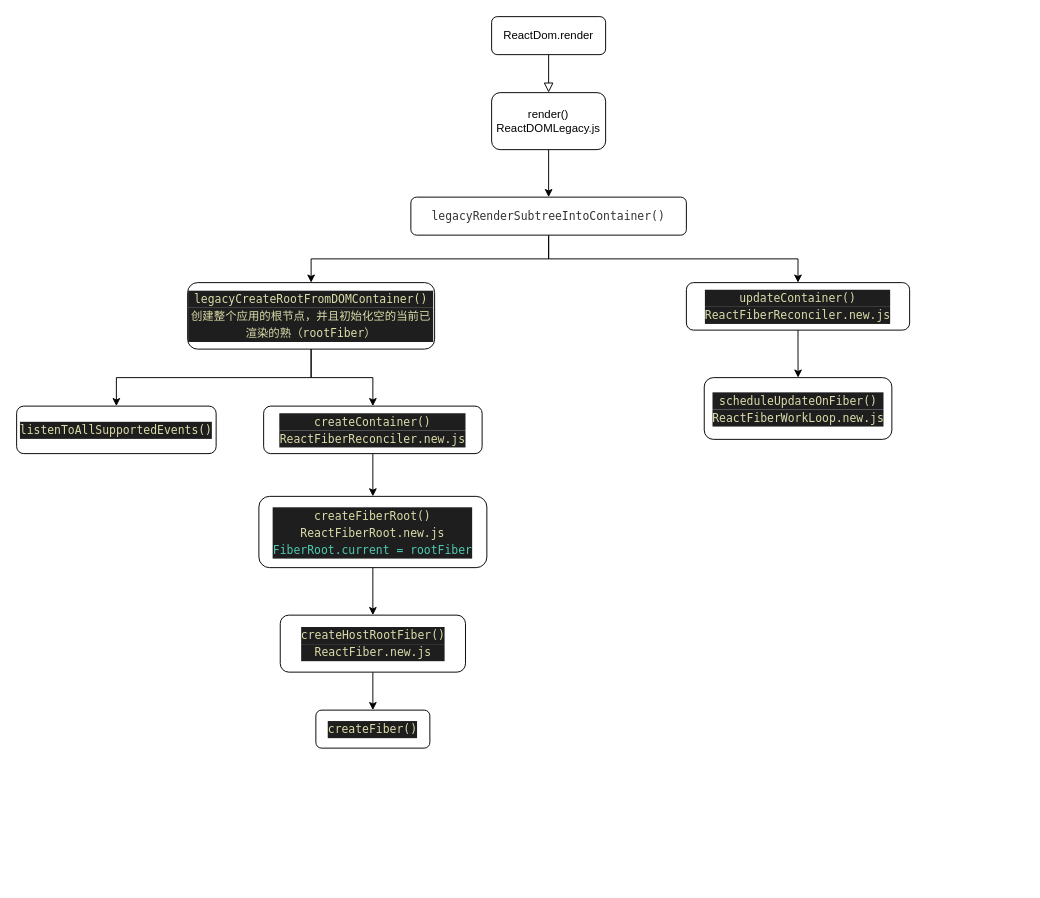
This is Untitled Diagram.drawio from damoOnly/school, a draw.io file, before an edit. Source tidied: cells renumbered, new cells numbered last; positions are measured from the earlier drawing's top-left corner, leaving out a move shared by most shapes. Both pictures are drawn from the tidied source at 95%, with x=0, y=0 at pixel (16, 16).
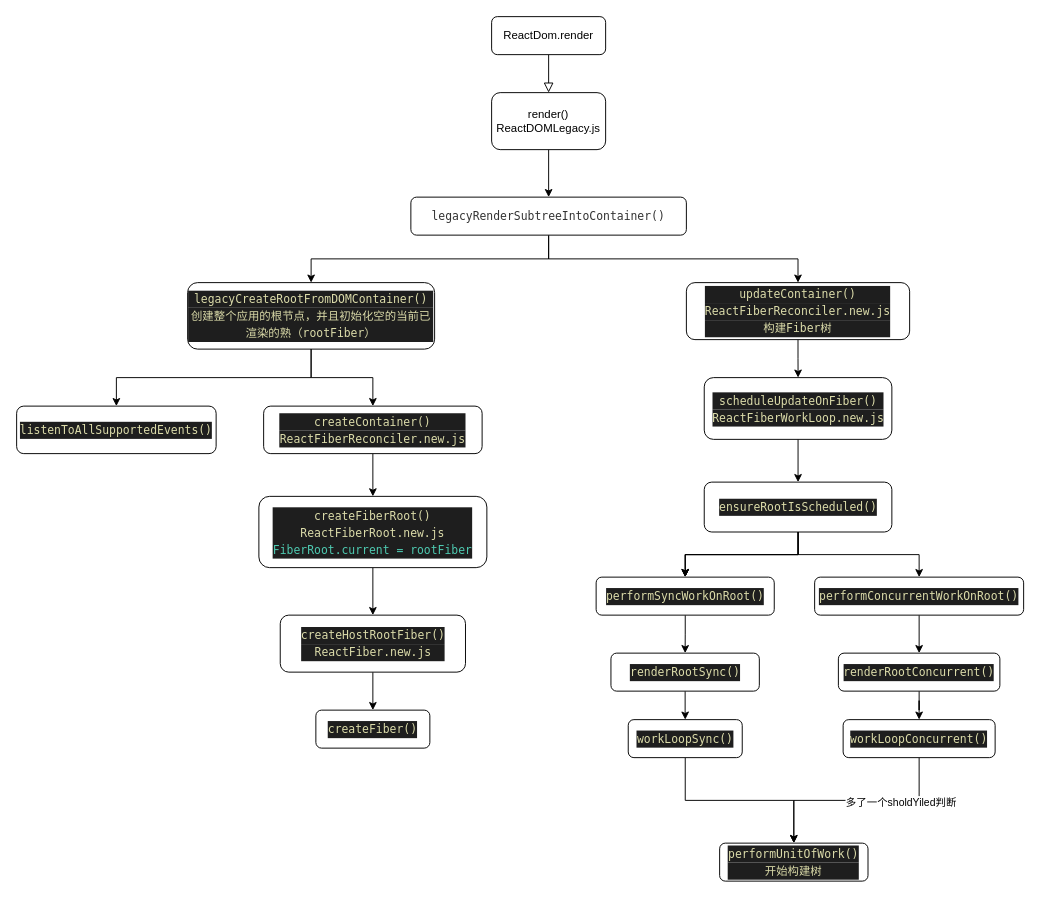
Above is the later version.

Unchanged cells that the change refers to:
```xml
<mxCell id="22" value="&lt;div style=&quot;color: rgb(212 , 212 , 212) ; background-color: rgb(30 , 30 , 30) ; font-family: &amp;#34;menlo&amp;#34; , &amp;#34;monaco&amp;#34; , &amp;#34;courier new&amp;#34; , monospace ; line-height: 18px&quot;&gt;&lt;span style=&quot;color: #dcdcaa&quot;&gt;scheduleUpdateOnFiber()&lt;/span&gt;&lt;/div&gt;&lt;div style=&quot;background-color: rgb(30 , 30 , 30) ; line-height: 18px&quot;&gt;&lt;font color=&quot;#dcdcaa&quot; face=&quot;Menlo, Monaco, Courier New, monospace&quot;&gt;ReactFiberWorkLoop.new.js&lt;/font&gt;&lt;br&gt;&lt;/div&gt;" style="whiteSpace=wrap;html=1;rounded=1;" parent="1" vertex="1">
  <mxGeometry x="723.8" y="380" width="197.5" height="65" as="geometry" />
</mxCell>
```

Change to the diagram source:
```diff
@@
-    <mxCell id="21" value="&lt;div style=&quot;color: rgb(212 , 212 , 212) ; background-color: rgb(30 , 30 , 30) ; font-family: &amp;#34;menlo&amp;#34; , &amp;#34;monaco&amp;#34; , &amp;#34;courier new&amp;#34; , monospace ; line-height: 18px&quot;&gt;&lt;span style=&quot;color: #dcdcaa&quot;&gt;updateContainer()&lt;/span&gt;&lt;/div&gt;&lt;div style=&quot;background-color: rgb(30 , 30 , 30) ; line-height: 18px&quot;&gt;&lt;font color=&quot;#dcdcaa&quot; face=&quot;Menlo, Monaco, Courier New, monospace&quot;&gt;ReactFiberReconciler.new.js&lt;/font&gt;&lt;br&gt;&lt;/div&gt;" style="whiteSpace=wrap;html=1;rounded=1;" parent="1" vertex="1">
-      <mxGeometry x="705" y="280" width="235" height="50" as="geometry" />
+    <mxCell id="21" value="&lt;div style=&quot;color: rgb(212 , 212 , 212) ; background-color: rgb(30 , 30 , 30) ; font-family: &amp;#34;menlo&amp;#34; , &amp;#34;monaco&amp;#34; , &amp;#34;courier new&amp;#34; , monospace ; line-height: 18px&quot;&gt;&lt;span style=&quot;color: #dcdcaa&quot;&gt;updateContainer()&lt;/span&gt;&lt;/div&gt;&lt;div style=&quot;background-color: rgb(30 , 30 , 30) ; line-height: 18px&quot;&gt;&lt;font color=&quot;#dcdcaa&quot; face=&quot;Menlo, Monaco, Courier New, monospace&quot;&gt;ReactFiberReconciler.new.js&lt;/font&gt;&lt;br&gt;&lt;/div&gt;&lt;div style=&quot;background-color: rgb(30 , 30 , 30) ; line-height: 18px&quot;&gt;&lt;font color=&quot;#dcdcaa&quot; face=&quot;Menlo, Monaco, Courier New, monospace&quot;&gt;构建Fiber树&lt;/font&gt;&lt;/div&gt;" style="whiteSpace=wrap;html=1;rounded=1;" parent="1" vertex="1">
+      <mxGeometry x="705" y="280" width="235" height="60" as="geometry" />
     </mxCell>
+    <mxCell id="23" style="edgeStyle=orthogonalEdgeStyle;rounded=0;jettySize=auto;html=1;" parent="1" edge="1" source="22" target="28">
+      <mxGeometry relative="1" as="geometry" />
+    </mxCell>
@@
+    <mxCell id="24" style="edgeStyle=orthogonalEdgeStyle;rounded=0;jettySize=auto;html=1;" parent="1" edge="1" source="28" target="30">
+      <mxGeometry relative="1" as="geometry" />
+    </mxCell>
+    <mxCell id="25" style="edgeStyle=orthogonalEdgeStyle;rounded=0;jettySize=auto;html=1;" parent="1" edge="1" source="28" target="30">
+      <mxGeometry relative="1" as="geometry" />
+    </mxCell>
+    <mxCell id="26" style="edgeStyle=orthogonalEdgeStyle;rounded=0;jettySize=auto;html=1;" parent="1" edge="1" source="28" target="30">
+      <mxGeometry relative="1" as="geometry" />
+    </mxCell>
+    <mxCell id="27" style="edgeStyle=orthogonalEdgeStyle;rounded=0;jettySize=auto;html=1;entryX=0.5;entryY=0;entryDx=0;entryDy=0;" parent="1" edge="1" source="28" target="32">
+      <mxGeometry relative="1" as="geometry" />
+    </mxCell>
+    <mxCell id="28" value="&lt;div style=&quot;color: rgb(212 , 212 , 212) ; background-color: rgb(30 , 30 , 30) ; font-family: &amp;#34;menlo&amp;#34; , &amp;#34;monaco&amp;#34; , &amp;#34;courier new&amp;#34; , monospace ; line-height: 18px&quot;&gt;&lt;span style=&quot;color: #dcdcaa&quot;&gt;ensureRootIsScheduled()&lt;/span&gt;&lt;/div&gt;" style="whiteSpace=wrap;html=1;rounded=1;" parent="1" vertex="1">
+      <mxGeometry x="723.8" y="490" width="197.5" height="52.5" as="geometry" />
+    </mxCell>
+    <mxCell id="29" style="edgeStyle=orthogonalEdgeStyle;rounded=0;jettySize=auto;html=1;" parent="1" edge="1" source="30" target="34">
+      <mxGeometry relative="1" as="geometry" />
+    </mxCell>
+    <mxCell id="30" value="&lt;div style=&quot;color: rgb(212 , 212 , 212) ; background-color: rgb(30 , 30 , 30) ; font-family: &amp;#34;menlo&amp;#34; , &amp;#34;monaco&amp;#34; , &amp;#34;courier new&amp;#34; , monospace ; line-height: 18px&quot;&gt;&lt;span style=&quot;color: #dcdcaa&quot;&gt;performSyncWorkOnRoot()&lt;/span&gt;&lt;/div&gt;" style="whiteSpace=wrap;html=1;rounded=1;" parent="1" vertex="1">
+      <mxGeometry x="610" y="590" width="187.5" height="40" as="geometry" />
+    </mxCell>
+    <mxCell id="31" style="edgeStyle=orthogonalEdgeStyle;rounded=0;jettySize=auto;html=1;" parent="1" edge="1" source="32" target="39">
+      <mxGeometry relative="1" as="geometry" />
+    </mxCell>
+    <mxCell id="32" value="&lt;div style=&quot;color: rgb(212 , 212 , 212) ; background-color: rgb(30 , 30 , 30) ; font-family: &amp;#34;menlo&amp;#34; , &amp;#34;monaco&amp;#34; , &amp;#34;courier new&amp;#34; , monospace ; line-height: 18px&quot;&gt;&lt;div style=&quot;font-family: &amp;#34;menlo&amp;#34; , &amp;#34;monaco&amp;#34; , &amp;#34;courier new&amp;#34; , monospace ; line-height: 18px&quot;&gt;&lt;span style=&quot;color: #dcdcaa&quot;&gt;performConcurrentWorkOnRoot()&lt;/span&gt;&lt;/div&gt;&lt;/div&gt;" style="whiteSpace=wrap;html=1;rounded=1;" parent="1" vertex="1">
+      <mxGeometry x="840" y="590" width="220" height="40" as="geometry" />
+    </mxCell>
+    <mxCell id="33" style="edgeStyle=orthogonalEdgeStyle;rounded=0;jettySize=auto;html=1;" parent="1" edge="1" source="34" target="36">
+      <mxGeometry relative="1" as="geometry" />
+    </mxCell>
+    <mxCell id="34" value="&lt;div style=&quot;color: rgb(212 , 212 , 212) ; background-color: rgb(30 , 30 , 30) ; font-family: &amp;#34;menlo&amp;#34; , &amp;#34;monaco&amp;#34; , &amp;#34;courier new&amp;#34; , monospace ; line-height: 18px&quot;&gt;&lt;span style=&quot;color: #dcdcaa&quot;&gt;renderRootSync()&lt;/span&gt;&lt;/div&gt;" style="whiteSpace=wrap;html=1;rounded=1;" parent="1" vertex="1">
+      <mxGeometry x="625.6" y="670" width="156.2" height="40" as="geometry" />
+    </mxCell>
+    <mxCell id="35" style="edgeStyle=orthogonalEdgeStyle;rounded=0;jettySize=auto;html=1;" parent="1" edge="1" source="36" target="37">
+      <mxGeometry relative="1" as="geometry" />
+    </mxCell>
+    <mxCell id="36" value="&lt;div style=&quot;color: rgb(212 , 212 , 212) ; background-color: rgb(30 , 30 , 30) ; font-family: &amp;#34;menlo&amp;#34; , &amp;#34;monaco&amp;#34; , &amp;#34;courier new&amp;#34; , monospace ; font-weight: normal ; font-size: 12px ; line-height: 18px&quot;&gt;&lt;div&gt;&lt;span style=&quot;color: #dcdcaa&quot;&gt;workLoopSync()&lt;/span&gt;&lt;/div&gt;&lt;/div&gt;" style="whiteSpace=wrap;html=1;rounded=1;" parent="1" vertex="1">
+      <mxGeometry x="643.8" y="740" width="120" height="40" as="geometry" />
+    </mxCell>
+    <mxCell id="37" value="&lt;div style=&quot;color: rgb(212 , 212 , 212) ; background-color: rgb(30 , 30 , 30) ; font-family: &amp;#34;menlo&amp;#34; , &amp;#34;monaco&amp;#34; , &amp;#34;courier new&amp;#34; , monospace ; line-height: 18px&quot;&gt;&lt;span style=&quot;color: #dcdcaa&quot;&gt;performUnitOfWork()&lt;/span&gt;&lt;/div&gt;&lt;div style=&quot;background-color: rgb(30 , 30 , 30) ; font-family: &amp;#34;menlo&amp;#34; , &amp;#34;monaco&amp;#34; , &amp;#34;courier new&amp;#34; , monospace ; line-height: 18px&quot;&gt;&lt;font color=&quot;#dcdcaa&quot;&gt;开始构建树&lt;/font&gt;&lt;/div&gt;" style="whiteSpace=wrap;html=1;rounded=1;" parent="1" vertex="1">
+      <mxGeometry x="740" y="870" width="156.2" height="40" as="geometry" />
+    </mxCell>
+    <mxCell id="38" style="edgeStyle=orthogonalEdgeStyle;rounded=0;jettySize=auto;html=1;" parent="1" edge="1" source="39" target="42">
+      <mxGeometry relative="1" as="geometry" />
+    </mxCell>
+    <mxCell id="39" value="&lt;div style=&quot;color: rgb(212 , 212 , 212) ; background-color: rgb(30 , 30 , 30) ; font-family: &amp;#34;menlo&amp;#34; , &amp;#34;monaco&amp;#34; , &amp;#34;courier new&amp;#34; , monospace ; line-height: 18px&quot;&gt;&lt;span style=&quot;color: #dcdcaa&quot;&gt;renderRootConcurrent()&lt;/span&gt;&lt;/div&gt;" style="whiteSpace=wrap;html=1;rounded=1;" parent="1" vertex="1">
+      <mxGeometry x="865" y="670" width="170" height="40" as="geometry" />
+    </mxCell>
+    <mxCell id="40" style="edgeStyle=orthogonalEdgeStyle;rounded=0;jettySize=auto;html=1;entryX=0.5;entryY=0;entryDx=0;entryDy=0;" parent="1" edge="1" source="42" target="37">
+      <mxGeometry relative="1" as="geometry" />
+    </mxCell>
+    <mxCell id="41" value="多了一个sholdYiled判断" style="edgeLabel;html=1;align=center;verticalAlign=middle;" parent="40" vertex="1">
+      <mxGeometry x="-0.41" y="1" relative="1" as="geometry" />
+    </mxCell>
+    <mxCell id="42" value="&lt;div style=&quot;color: rgb(212 , 212 , 212) ; background-color: rgb(30 , 30 , 30) ; font-family: &amp;#34;menlo&amp;#34; , &amp;#34;monaco&amp;#34; , &amp;#34;courier new&amp;#34; , monospace ; font-weight: normal ; font-size: 12px ; line-height: 18px&quot;&gt;&lt;div&gt;&lt;span style=&quot;color: #dcdcaa&quot;&gt;workLoopConcurrent()&lt;/span&gt;&lt;/div&gt;&lt;/div&gt;" style="whiteSpace=wrap;html=1;rounded=1;" parent="1" vertex="1">
+      <mxGeometry x="870" y="740" width="160" height="40" as="geometry" />
+    </mxCell>
```
